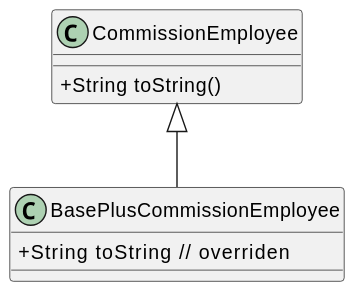
The PlantUML diagram assets/java-programming/images/10-class-diagram-5.svg in rewls/rewls.github.io, before a commit.
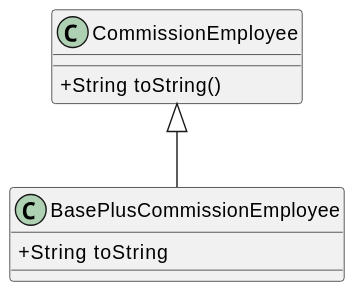
Above is the later version.

The edit, as a diff of the source:
```diff
@@ -4,7 +4,7 @@
 	+ String toString()
 }
 class BasePlusCommissionEmployee {
-	+ String toString  // overriden
+	+ String toString
 }
 
 BasePlusCommissionEmployee -u-|> CommissionEmployee
```
